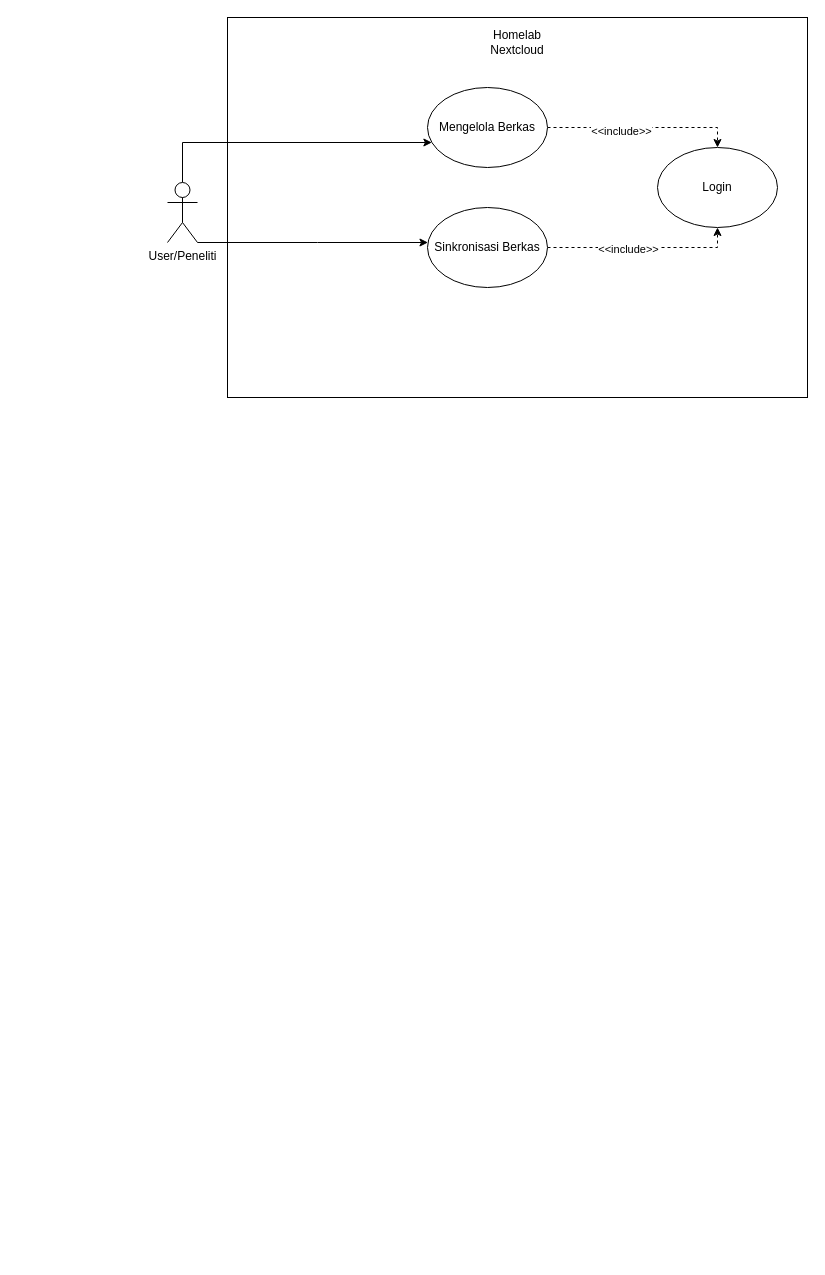
Before: usecase diagram uniska.drawio in arcahyadi/arcahyadi.github.io, a draw.io diagram. Source tidied: cells renumbered, new cells numbered last; positions are measured from the earlier drawing's top-left corner, leaving out a move shared by most shapes. Both pictures are drawn from the tidied source at 100%, with x=0, y=0 at pixel (167, 17).
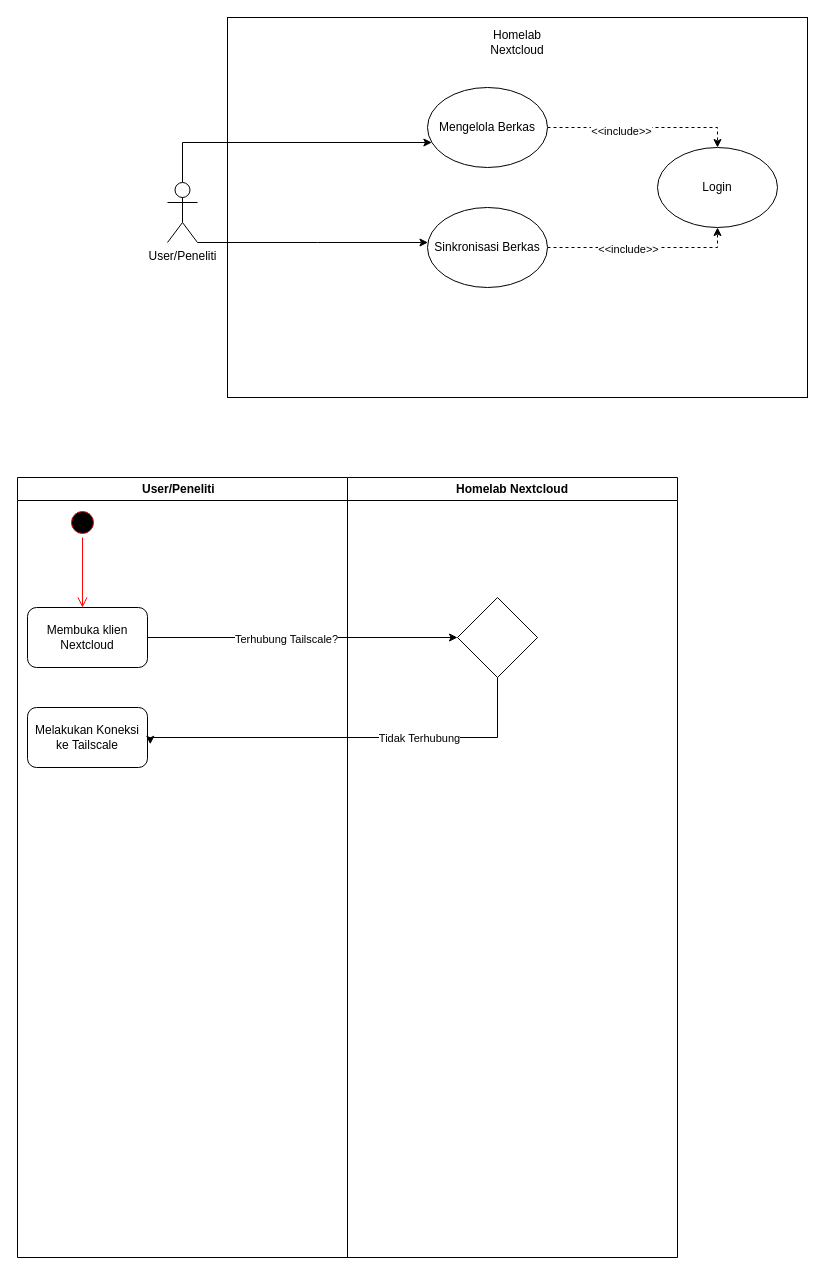
After the change.

What changed in the source:
```diff
@@
+    <mxCell id="15" value="User/Peneliti&lt;span style=&quot;white-space: pre;&quot;&gt;&#9;&lt;/span&gt;" style="swimlane;whiteSpace=wrap;html=1;" parent="1" vertex="1">
+      <mxGeometry x="-150" y="460" width="330" height="780" as="geometry" />
+    </mxCell>
+    <mxCell id="16" style="ellipse;html=1;shape=startState;fillColor=#000000;strokeColor=#ff0000;" parent="15" vertex="1">
+      <mxGeometry x="50" y="30" width="30" height="30" as="geometry" />
+    </mxCell>
+    <mxCell id="17" style="edgeStyle=orthogonalEdgeStyle;html=1;verticalAlign=bottom;endArrow=open;endSize=8;strokeColor=#ff0000;rounded=0;entryX=0.458;entryY=0;entryDx=0;entryDy=0;entryPerimeter=0;" parent="15" edge="1" source="16" target="18">
+      <mxGeometry relative="1" as="geometry" />
+    </mxCell>
+    <mxCell id="18" value="Membuka klien Nextcloud" style="rounded=1;whiteSpace=wrap;html=1;" parent="15" vertex="1">
+      <mxGeometry x="10" y="130" width="120" height="60" as="geometry" />
+    </mxCell>
+    <mxCell id="19" value="Melakukan Koneksi ke Tailscale" style="rounded=1;whiteSpace=wrap;html=1;" parent="15" vertex="1">
+      <mxGeometry x="10" y="230" width="120" height="60" as="geometry" />
+    </mxCell>
+    <mxCell id="20" value="Homelab Nextcloud" style="swimlane;whiteSpace=wrap;html=1;" parent="1" vertex="1">
+      <mxGeometry x="180" y="460" width="330" height="780" as="geometry" />
+    </mxCell>
+    <mxCell id="21" style="rhombus;whiteSpace=wrap;html=1;" parent="20" vertex="1">
+      <mxGeometry x="110" y="120" width="80" height="80" as="geometry" />
+    </mxCell>
+    <mxCell id="22" style="edgeStyle=orthogonalEdgeStyle;rounded=0;jettySize=auto;html=1;" parent="1" edge="1" source="18">
+      <mxGeometry relative="1" as="geometry">
+        <mxPoint x="290" y="620" as="targetPoint" />
+      </mxGeometry>
+    </mxCell>
+    <mxCell id="23" value="Terhubung Tailscale?" style="edgeLabel;html=1;align=center;verticalAlign=middle;" parent="22" vertex="1">
+      <mxGeometry x="-0.11" y="-1" relative="1" as="geometry" />
+    </mxCell>
+    <mxCell id="24" style="edgeStyle=orthogonalEdgeStyle;rounded=0;jettySize=auto;html=1;entryX=1.023;entryY=0.613;entryDx=0;entryDy=0;entryPerimeter=0;" parent="1" edge="1" source="21" target="19">
+      <mxGeometry relative="1" as="geometry">
+        <Array as="points">
+          <mxPoint x="330" y="720" />
+          <mxPoint x="-17" y="720" />
+        </Array>
+      </mxGeometry>
+    </mxCell>
+    <mxCell id="25" value="Tidak Terhubung" style="edgeLabel;html=1;align=center;verticalAlign=middle;" parent="24" vertex="1">
+      <mxGeometry x="-0.33" relative="1" as="geometry" />
+    </mxCell>
```
